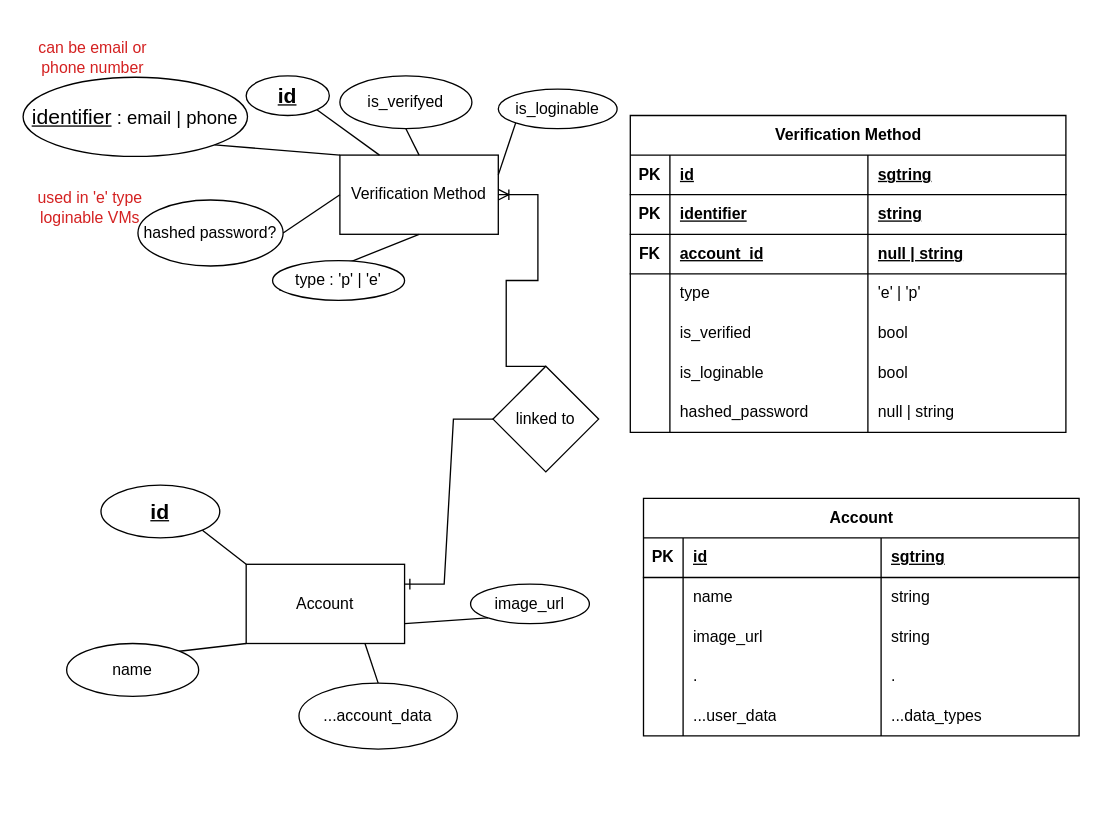
This is page "Page-2" (2 of 2) of Auth logic Diagram.drawio from hosam95/Badan, a draw.io file, before an edit. Source tidied: cells renumbered, new cells numbered last; positions are measured from the earlier drawing's top-left corner, leaving out a move shared by most shapes. Both pictures are drawn from the tidied source at 132%, with x=0, y=0 at pixel (22, 37).
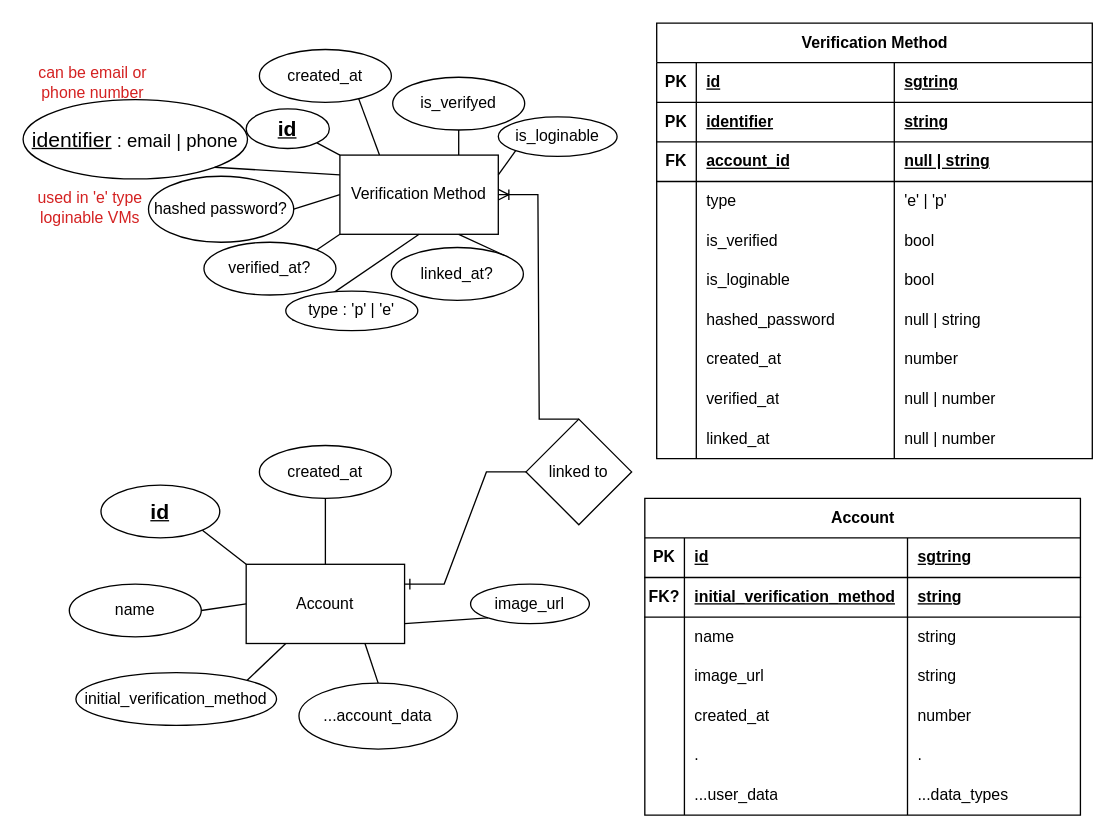
Above is the later version.

The change refers to these unchanged cells:
```xml
<mxCell id="2" value="Verification Method" style="rounded=0;whiteSpace=wrap;html=1;" parent="1" vertex="1">
  <mxGeometry x="240" y="89" width="120" height="60" as="geometry" />
</mxCell>
<mxCell id="12" value="Account" style="rounded=0;whiteSpace=wrap;html=1;" parent="1" vertex="1">
  <mxGeometry x="169" y="399" width="120" height="60" as="geometry" />
</mxCell>
<mxCell id="59" style="shape=tableRow;horizontal=0;startSize=0;swimlaneHead=0;swimlaneBody=0;fillColor=none;top=0;left=0;right=0;bottom=1;" parent="58" vertex="1">
  <mxGeometry y="30" width="330" height="30" as="geometry" />
</mxCell>
```

Change to the diagram source:
```diff
@@
     <mxCell id="3" value="&lt;font style=&quot;&quot;&gt;&lt;u style=&quot;font-size: 16px;&quot;&gt;identifier&lt;/u&gt;&lt;font style=&quot;font-size: 14px;&quot;&gt; : email | phone&lt;/font&gt;&lt;/font&gt;" style="ellipse;whiteSpace=wrap;html=1;" parent="1" vertex="1">
-      <mxGeometry y="30" width="170" height="60" as="geometry" />
+      <mxGeometry y="47" width="170" height="60" as="geometry" />
     </mxCell>
     <mxCell id="4" value="is_verifyed" style="ellipse;whiteSpace=wrap;html=1;" parent="1" vertex="1">
-      <mxGeometry x="240" y="29" width="100" height="40" as="geometry" />
+      <mxGeometry x="280" y="30" width="100" height="40" as="geometry" />
     </mxCell>
     <mxCell id="5" value="is_loginable" style="ellipse;whiteSpace=wrap;html=1;" parent="1" vertex="1">
-      <mxGeometry x="360" y="39" width="90" height="30" as="geometry" />
+      <mxGeometry x="360" y="60" width="90" height="30" as="geometry" />
     </mxCell>
     <mxCell id="6" value="hashed password?" style="ellipse;whiteSpace=wrap;html=1;" parent="1" vertex="1">
-      <mxGeometry x="87" y="123" width="110" height="50" as="geometry" />
+      <mxGeometry x="95" y="105" width="110" height="50" as="geometry" />
     </mxCell>
@@
-    <mxCell id="9" style="endArrow=none;html=1;rounded=0;exitX=1;exitY=1;exitDx=0;exitDy=0;entryX=0;entryY=0;entryDx=0;entryDy=0;" parent="1" edge="1" source="3" target="2">
+    <mxCell id="9" style="endArrow=none;html=1;rounded=0;exitX=1;exitY=1;exitDx=0;exitDy=0;entryX=0;entryY=0.25;entryDx=0;entryDy=0;" parent="1" edge="1" source="3" target="2">
       <mxGeometry relative="1" as="geometry" />
     </mxCell>
-    <mxCell id="10" style="endArrow=none;html=1;rounded=0;entryX=0.5;entryY=1;entryDx=0;entryDy=0;exitX=0.5;exitY=0;exitDx=0;exitDy=0;" parent="1" edge="1" source="2" target="4">
+    <mxCell id="10" style="endArrow=none;html=1;rounded=0;entryX=0.5;entryY=1;entryDx=0;entryDy=0;exitX=0.75;exitY=0;exitDx=0;exitDy=0;" parent="1" edge="1" source="2" target="4">
       <mxGeometry relative="1" as="geometry" />
     </mxCell>
@@
     <mxCell id="14" value="name" style="ellipse;whiteSpace=wrap;html=1;" parent="1" vertex="1">
-      <mxGeometry x="33" y="459" width="100" height="40" as="geometry" />
+      <mxGeometry x="35" y="414" width="100" height="40" as="geometry" />
     </mxCell>
@@
-    <mxCell id="18" style="endArrow=none;html=1;rounded=0;entryX=1;entryY=0;entryDx=0;entryDy=0;exitX=0;exitY=1;exitDx=0;exitDy=0;" parent="1" edge="1" source="12" target="14">
+    <mxCell id="18" style="endArrow=none;html=1;rounded=0;entryX=1;entryY=0.5;entryDx=0;entryDy=0;exitX=0;exitY=0.5;exitDx=0;exitDy=0;" parent="1" edge="1" source="12" target="14">
       <mxGeometry relative="1" as="geometry" />
     </mxCell>
@@
     <mxCell id="21" value="can be email or phone number" style="text;html=1;strokeColor=none;fillColor=none;align=center;verticalAlign=middle;whiteSpace=wrap;rounded=0;fontColor=#d42121;" parent="1" vertex="1">
-      <mxGeometry x="8" width="90" height="30" as="geometry" />
+      <mxGeometry x="8" y="19" width="90" height="30" as="geometry" />
     </mxCell>
@@
     <mxCell id="23" value="type : 'p' | 'e'" style="ellipse;whiteSpace=wrap;html=1;" parent="1" vertex="1">
-      <mxGeometry x="189" y="169" width="100" height="30" as="geometry" />
+      <mxGeometry x="199" y="192" width="100" height="30" as="geometry" />
     </mxCell>
     <mxCell id="24" value="linked to" style="rhombus;whiteSpace=wrap;html=1;" parent="1" vertex="1">
-      <mxGeometry x="356" y="249" width="80" height="80" as="geometry" />
+      <mxGeometry x="381" y="289" width="80" height="80" as="geometry" />
     </mxCell>
@@
     <mxCell id="26" style="edgeStyle=entityRelationEdgeStyle;fontSize=12;html=1;endArrow=ERoneToMany;rounded=0;entryX=1;entryY=0.5;entryDx=0;entryDy=0;exitX=0.5;exitY=0;exitDx=0;exitDy=0;" parent="1" edge="1" source="24" target="2">
-      <mxGeometry relative="1" as="geometry" />
+      <mxGeometry relative="1" as="geometry">
+        <Array as="points">
+          <mxPoint x="390" y="219" />
+          <mxPoint x="370" y="219" />
+          <mxPoint x="366" y="219" />
+          <mxPoint x="370" y="219" />
+          <mxPoint x="390" y="159" />
+          <mxPoint x="390" y="219" />
+        </Array>
+      </mxGeometry>
     </mxCell>
     <mxCell id="27" value="&lt;font style=&quot;font-size: 16px;&quot;&gt;&lt;b&gt;id&lt;/b&gt;&lt;/font&gt;" style="ellipse;whiteSpace=wrap;html=1;align=center;fontStyle=4;" parent="1" vertex="1">
-      <mxGeometry x="169" y="29" width="63" height="30" as="geometry" />
+      <mxGeometry x="169" y="54" width="63" height="30" as="geometry" />
     </mxCell>
-    <mxCell id="28" style="endArrow=none;html=1;rounded=0;entryX=0.25;entryY=0;entryDx=0;entryDy=0;exitX=1;exitY=1;exitDx=0;exitDy=0;" parent="1" edge="1" source="27" target="2">
+    <mxCell id="28" style="endArrow=none;html=1;rounded=0;entryX=0;entryY=0;entryDx=0;entryDy=0;exitX=1;exitY=1;exitDx=0;exitDy=0;" parent="1" edge="1" source="27" target="2">
       <mxGeometry relative="1" as="geometry" />
     </mxCell>
     <mxCell id="29" value="Verification Method" style="shape=table;startSize=30;childLayout=tableLayout;rowLines=0;fontStyle=1;align=center;html=1;" parent="1" vertex="1">
-      <mxGeometry x="460" y="59" width="330" height="240" as="geometry" />
+      <mxGeometry x="480" y="-11" width="330" height="330" as="geometry" />
     </mxCell>
@@
+    <mxCell id="79" style="shape=tableRow;horizontal=0;startSize=0;swimlaneHead=0;swimlaneBody=0;fillColor=none;top=0;left=0;right=0;bottom=0;" parent="29" vertex="1">
+      <mxGeometry y="240" width="330" height="30" as="geometry" />
+    </mxCell>
+    <mxCell id="80" style="shape=partialRectangle;fillColor=none;top=0;left=0;bottom=0;right=0;overflow=hidden;whiteSpace=wrap;html=1;" parent="79" vertex="1">
+      <mxGeometry width="30" height="30" as="geometry" />
+    </mxCell>
+    <mxCell id="81" value="created_at" style="shape=partialRectangle;fillColor=none;top=0;left=0;bottom=0;right=0;align=left;spacingLeft=6;overflow=hidden;whiteSpace=wrap;html=1;" parent="79" vertex="1">
+      <mxGeometry x="30" width="150" height="30" as="geometry" />
+    </mxCell>
+    <mxCell id="82" value="number" style="shape=partialRectangle;fillColor=none;top=0;left=0;bottom=0;right=0;align=left;spacingLeft=6;overflow=hidden;whiteSpace=wrap;html=1;" parent="79" vertex="1">
+      <mxGeometry x="180" width="150" height="30" as="geometry" />
+    </mxCell>
+    <mxCell id="83" style="shape=tableRow;horizontal=0;startSize=0;swimlaneHead=0;swimlaneBody=0;fillColor=none;top=0;left=0;right=0;bottom=0;" parent="29" vertex="1">
+      <mxGeometry y="270" width="330" height="30" as="geometry" />
+    </mxCell>
+    <mxCell id="84" style="shape=partialRectangle;fillColor=none;top=0;left=0;bottom=0;right=0;overflow=hidden;whiteSpace=wrap;html=1;" parent="83" vertex="1">
+      <mxGeometry width="30" height="30" as="geometry" />
+    </mxCell>
+    <mxCell id="85" value="verified_at" style="shape=partialRectangle;fillColor=none;top=0;left=0;bottom=0;right=0;align=left;spacingLeft=6;overflow=hidden;whiteSpace=wrap;html=1;" parent="83" vertex="1">
+      <mxGeometry x="30" width="150" height="30" as="geometry" />
+    </mxCell>
+    <mxCell id="86" value="null |&amp;nbsp;number" style="shape=partialRectangle;fillColor=none;top=0;left=0;bottom=0;right=0;align=left;spacingLeft=6;overflow=hidden;whiteSpace=wrap;html=1;" parent="83" vertex="1">
+      <mxGeometry x="180" width="150" height="30" as="geometry" />
+    </mxCell>
+    <mxCell id="87" style="shape=tableRow;horizontal=0;startSize=0;swimlaneHead=0;swimlaneBody=0;fillColor=none;top=0;left=0;right=0;bottom=0;" parent="29" vertex="1">
+      <mxGeometry y="300" width="330" height="30" as="geometry" />
+    </mxCell>
+    <mxCell id="88" style="shape=partialRectangle;fillColor=none;top=0;left=0;bottom=0;right=0;overflow=hidden;whiteSpace=wrap;html=1;" parent="87" vertex="1">
+      <mxGeometry width="30" height="30" as="geometry" />
+    </mxCell>
+    <mxCell id="89" value="linked_at" style="shape=partialRectangle;fillColor=none;top=0;left=0;bottom=0;right=0;align=left;spacingLeft=6;overflow=hidden;whiteSpace=wrap;html=1;" parent="87" vertex="1">
+      <mxGeometry x="30" width="150" height="30" as="geometry" />
+    </mxCell>
+    <mxCell id="90" value="null | number" style="shape=partialRectangle;fillColor=none;top=0;left=0;bottom=0;right=0;align=left;spacingLeft=6;overflow=hidden;whiteSpace=wrap;html=1;" parent="87" vertex="1">
+      <mxGeometry x="180" width="150" height="30" as="geometry" />
+    </mxCell>
     <mxCell id="58" value="Account" style="shape=table;startSize=30;childLayout=tableLayout;rowLines=0;fontStyle=1;align=center;html=1;" parent="1" vertex="1">
-      <mxGeometry x="470" y="349" width="330" height="180" as="geometry" />
+      <mxGeometry x="471" y="349" width="330" height="240" as="geometry" />
     </mxCell>
@@
     <mxCell id="61" value="id" style="shape=partialRectangle;fillColor=none;top=0;left=0;bottom=0;right=0;align=left;spacingLeft=6;fontStyle=5;overflow=hidden;whiteSpace=wrap;html=1;" parent="59" vertex="1">
-      <mxGeometry x="30" width="150" height="30" as="geometry" />
+      <mxGeometry x="30" width="169" height="30" as="geometry" />
     </mxCell>
     <mxCell id="62" value="sgtring" style="shape=partialRectangle;fillColor=none;top=0;left=0;bottom=0;right=0;align=left;spacingLeft=6;fontStyle=5;overflow=hidden;whiteSpace=wrap;html=1;" parent="59" vertex="1">
-      <mxGeometry x="180" width="150" height="30" as="geometry" />
+      <mxGeometry x="199" width="131" height="30" as="geometry" />
     </mxCell>
+    <mxCell id="91" style="shape=tableRow;horizontal=0;startSize=0;swimlaneHead=0;swimlaneBody=0;fillColor=none;top=0;left=0;right=0;bottom=1;" parent="58" vertex="1">
+      <mxGeometry y="60" width="330" height="30" as="geometry" />
+    </mxCell>
+    <mxCell id="92" value="FK?" style="shape=partialRectangle;fillColor=none;top=0;left=0;bottom=0;right=0;fontStyle=1;overflow=hidden;whiteSpace=wrap;html=1;" parent="91" vertex="1">
+      <mxGeometry width="30" height="30" as="geometry" />
+    </mxCell>
+    <mxCell id="93" value="initial_verification_method" style="shape=partialRectangle;fillColor=none;top=0;left=0;bottom=0;right=0;align=left;spacingLeft=6;fontStyle=5;overflow=hidden;whiteSpace=wrap;html=1;" parent="91" vertex="1">
+      <mxGeometry x="30" width="169" height="30" as="geometry" />
+    </mxCell>
+    <mxCell id="94" value="string" style="shape=partialRectangle;fillColor=none;top=0;left=0;bottom=0;right=0;align=left;spacingLeft=6;fontStyle=5;overflow=hidden;whiteSpace=wrap;html=1;" parent="91" vertex="1">
+      <mxGeometry x="199" width="131" height="30" as="geometry" />
+    </mxCell>
     <mxCell id="63" style="shape=tableRow;horizontal=0;startSize=0;swimlaneHead=0;swimlaneBody=0;fillColor=none;top=0;left=0;right=0;bottom=0;" parent="58" vertex="1">
-      <mxGeometry y="60" width="330" height="30" as="geometry" />
+      <mxGeometry y="90" width="330" height="30" as="geometry" />
     </mxCell>
@@
     <mxCell id="65" value="name" style="shape=partialRectangle;fillColor=none;top=0;left=0;bottom=0;right=0;align=left;spacingLeft=6;overflow=hidden;whiteSpace=wrap;html=1;" parent="63" vertex="1">
-      <mxGeometry x="30" width="150" height="30" as="geometry" />
+      <mxGeometry x="30" width="169" height="30" as="geometry" />
     </mxCell>
     <mxCell id="66" value="string" style="shape=partialRectangle;fillColor=none;top=0;left=0;bottom=0;right=0;align=left;spacingLeft=6;overflow=hidden;whiteSpace=wrap;html=1;" parent="63" vertex="1">
-      <mxGeometry x="180" width="150" height="30" as="geometry" />
+      <mxGeometry x="199" width="131" height="30" as="geometry" />
     </mxCell>
     <mxCell id="67" style="shape=tableRow;horizontal=0;startSize=0;swimlaneHead=0;swimlaneBody=0;fillColor=none;top=0;left=0;right=0;bottom=0;" parent="58" vertex="1">
-      <mxGeometry y="90" width="330" height="30" as="geometry" />
+      <mxGeometry y="120" width="330" height="30" as="geometry" />
     </mxCell>
@@
     <mxCell id="69" value="image_url" style="shape=partialRectangle;fillColor=none;top=0;left=0;bottom=0;right=0;align=left;spacingLeft=6;overflow=hidden;whiteSpace=wrap;html=1;" parent="67" vertex="1">
-      <mxGeometry x="30" width="150" height="30" as="geometry" />
+      <mxGeometry x="30" width="169" height="30" as="geometry" />
     </mxCell>
     <mxCell id="70" value="string" style="shape=partialRectangle;fillColor=none;top=0;left=0;bottom=0;right=0;align=left;spacingLeft=6;overflow=hidden;whiteSpace=wrap;html=1;" parent="67" vertex="1">
-      <mxGeometry x="180" width="150" height="30" as="geometry" />
+      <mxGeometry x="199" width="131" height="30" as="geometry" />
     </mxCell>
+    <mxCell id="95" style="shape=tableRow;horizontal=0;startSize=0;swimlaneHead=0;swimlaneBody=0;fillColor=none;top=0;left=0;right=0;bottom=0;" parent="58" vertex="1">
+      <mxGeometry y="150" width="330" height="30" as="geometry" />
+    </mxCell>
+    <mxCell id="96" style="shape=partialRectangle;fillColor=none;top=0;left=0;bottom=0;right=0;overflow=hidden;whiteSpace=wrap;html=1;" parent="95" vertex="1">
+      <mxGeometry width="30" height="30" as="geometry" />
+    </mxCell>
+    <mxCell id="97" value="created_at" style="shape=partialRectangle;fillColor=none;top=0;left=0;bottom=0;right=0;align=left;spacingLeft=6;overflow=hidden;whiteSpace=wrap;html=1;" parent="95" vertex="1">
+      <mxGeometry x="30" width="169" height="30" as="geometry" />
+    </mxCell>
+    <mxCell id="98" value="number" style="shape=partialRectangle;fillColor=none;top=0;left=0;bottom=0;right=0;align=left;spacingLeft=6;overflow=hidden;whiteSpace=wrap;html=1;" parent="95" vertex="1">
+      <mxGeometry x="199" width="131" height="30" as="geometry" />
+    </mxCell>
     <mxCell id="71" style="shape=tableRow;horizontal=0;startSize=0;swimlaneHead=0;swimlaneBody=0;fillColor=none;top=0;left=0;right=0;bottom=0;" parent="58" vertex="1">
-      <mxGeometry y="120" width="330" height="30" as="geometry" />
+      <mxGeometry y="180" width="330" height="30" as="geometry" />
     </mxCell>
@@
     <mxCell id="73" value="." style="shape=partialRectangle;fillColor=none;top=0;left=0;bottom=0;right=0;align=left;spacingLeft=6;overflow=hidden;whiteSpace=wrap;html=1;" parent="71" vertex="1">
-      <mxGeometry x="30" width="150" height="30" as="geometry" />
+      <mxGeometry x="30" width="169" height="30" as="geometry" />
     </mxCell>
     <mxCell id="74" value="." style="shape=partialRectangle;fillColor=none;top=0;left=0;bottom=0;right=0;align=left;spacingLeft=6;overflow=hidden;whiteSpace=wrap;html=1;" parent="71" vertex="1">
-      <mxGeometry x="180" width="150" height="30" as="geometry" />
+      <mxGeometry x="199" width="131" height="30" as="geometry" />
     </mxCell>
     <mxCell id="75" style="shape=tableRow;horizontal=0;startSize=0;swimlaneHead=0;swimlaneBody=0;fillColor=none;top=0;left=0;right=0;bottom=0;" parent="58" vertex="1">
-      <mxGeometry y="150" width="330" height="30" as="geometry" />
+      <mxGeometry y="210" width="330" height="30" as="geometry" />
     </mxCell>
@@
     <mxCell id="77" value="...user_data" style="shape=partialRectangle;fillColor=none;top=0;left=0;bottom=0;right=0;align=left;spacingLeft=6;overflow=hidden;whiteSpace=wrap;html=1;" parent="75" vertex="1">
-      <mxGeometry x="30" width="150" height="30" as="geometry" />
+      <mxGeometry x="30" width="169" height="30" as="geometry" />
     </mxCell>
     <mxCell id="78" value="...data_types" style="shape=partialRectangle;fillColor=none;top=0;left=0;bottom=0;right=0;align=left;spacingLeft=6;overflow=hidden;whiteSpace=wrap;html=1;" parent="75" vertex="1">
-      <mxGeometry x="180" width="150" height="30" as="geometry" />
+      <mxGeometry x="199" width="131" height="30" as="geometry" />
     </mxCell>
+    <mxCell id="99" value="created_at" style="ellipse;whiteSpace=wrap;html=1;align=center;" parent="1" vertex="1">
+      <mxGeometry x="179" y="9" width="100" height="40" as="geometry" />
+    </mxCell>
+    <mxCell id="100" value="verified_at?" style="ellipse;whiteSpace=wrap;html=1;align=center;" parent="1" vertex="1">
+      <mxGeometry x="137" y="155" width="100" height="40" as="geometry" />
+    </mxCell>
+    <mxCell id="101" value="linked_at?" style="ellipse;whiteSpace=wrap;html=1;align=center;" parent="1" vertex="1">
+      <mxGeometry x="279" y="159" width="100" height="40" as="geometry" />
+    </mxCell>
+    <mxCell id="102" style="edgeStyle=orthogonalEdgeStyle;rounded=0;orthogonalLoop=1;jettySize=auto;html=1;exitX=0.5;exitY=1;exitDx=0;exitDy=0;" parent="1" edge="1" source="4" target="4">
+      <mxGeometry relative="1" as="geometry" />
+    </mxCell>
+    <mxCell id="103" style="endArrow=none;html=1;rounded=0;exitX=0.752;exitY=0.93;exitDx=0;exitDy=0;entryX=0.25;entryY=0;entryDx=0;entryDy=0;exitPerimeter=0;" parent="1" edge="1" source="99" target="2">
+      <mxGeometry relative="1" as="geometry" />
+    </mxCell>
+    <mxCell id="104" style="endArrow=none;html=1;rounded=0;exitX=0;exitY=1;exitDx=0;exitDy=0;entryX=1;entryY=0;entryDx=0;entryDy=0;" parent="1" edge="1" source="2" target="100">
+      <mxGeometry relative="1" as="geometry" />
+    </mxCell>
+    <mxCell id="105" style="endArrow=none;html=1;rounded=0;exitX=1;exitY=0;exitDx=0;exitDy=0;entryX=0.75;entryY=1;entryDx=0;entryDy=0;" parent="1" edge="1" source="101" target="2">
+      <mxGeometry relative="1" as="geometry" />
+    </mxCell>
+    <mxCell id="106" value="initial_verification_method" style="ellipse;whiteSpace=wrap;html=1;align=center;" parent="1" vertex="1">
+      <mxGeometry x="40" y="481" width="152" height="40" as="geometry" />
+    </mxCell>
+    <mxCell id="107" value="created_at" style="ellipse;whiteSpace=wrap;html=1;align=center;" parent="1" vertex="1">
+      <mxGeometry x="179" y="309" width="100" height="40" as="geometry" />
+    </mxCell>
+    <mxCell id="108" style="endArrow=none;html=1;rounded=0;exitX=0.25;exitY=1;exitDx=0;exitDy=0;entryX=1;entryY=0;entryDx=0;entryDy=0;" parent="1" edge="1" source="12" target="106">
+      <mxGeometry relative="1" as="geometry" />
+    </mxCell>
+    <mxCell id="109" style="endArrow=none;html=1;rounded=0;exitX=0.5;exitY=1;exitDx=0;exitDy=0;entryX=0.5;entryY=0;entryDx=0;entryDy=0;" parent="1" edge="1" source="107" target="12">
+      <mxGeometry relative="1" as="geometry" />
+    </mxCell>
```
